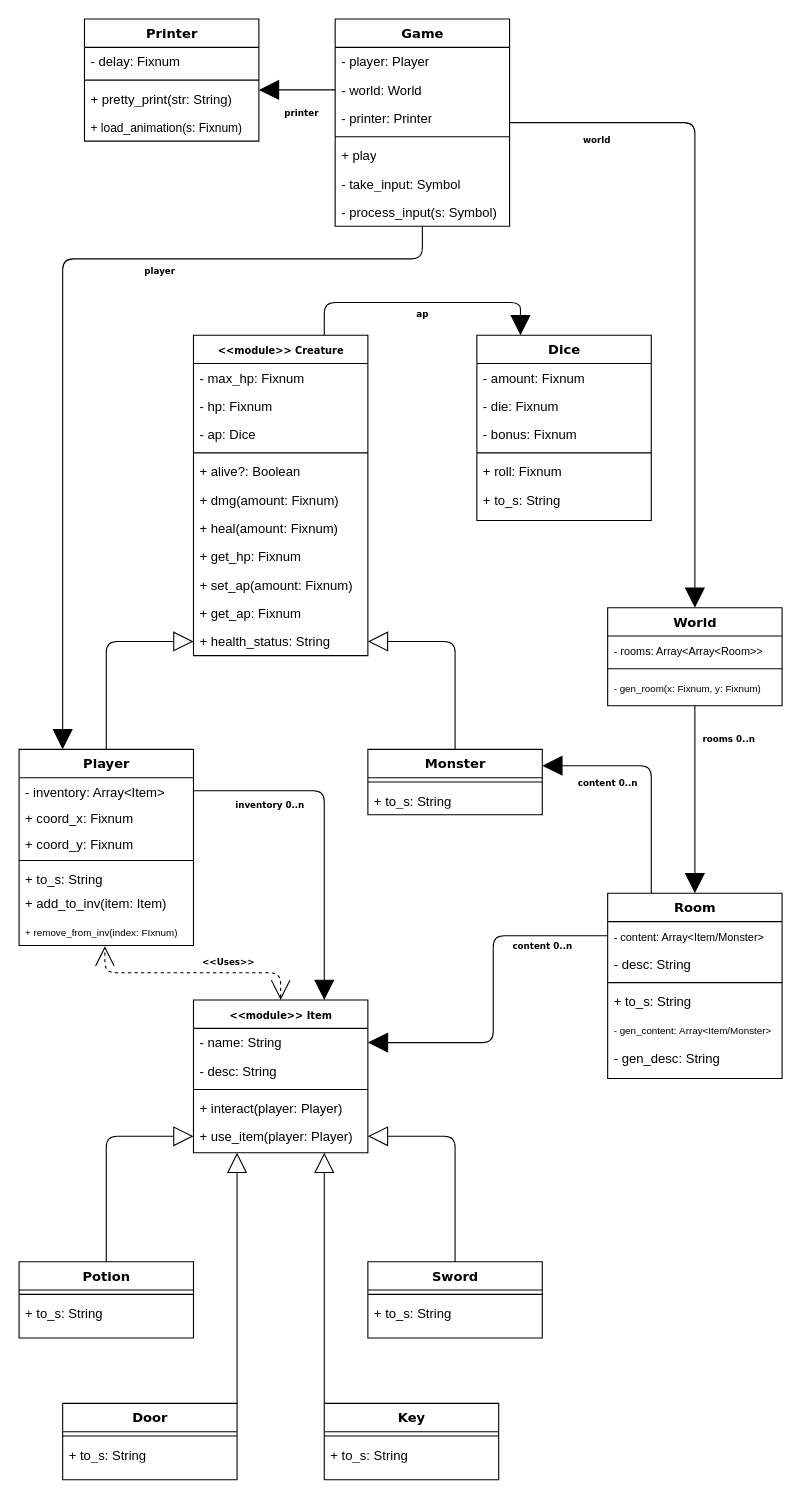
Above: documentation/Initial_diagram.drawio in gimboleo/project-oop (draw.io), before the change. Source tidied: cells renumbered, new cells numbered last; positions are measured from the earlier drawing's top-left corner, leaving out a move shared by most shapes. Both pictures are drawn from the tidied source at 109%, with x=0, y=0 at pixel (19, 19).
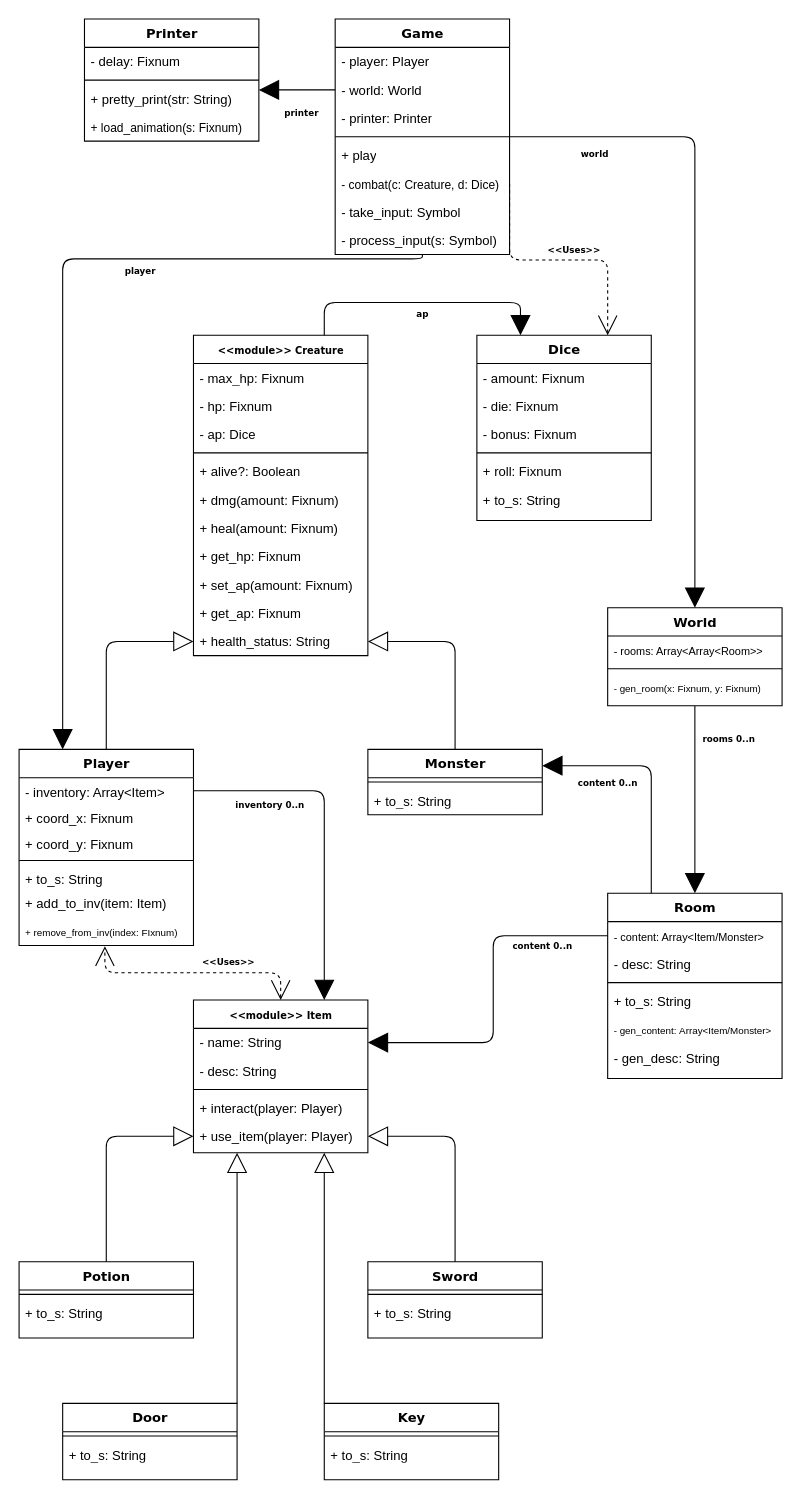
Above is the later version.

Commit message (it also covers changes not shown here):
Minor changes to the initial UML diagram

The change refers to these unchanged cells:
```xml
<mxCell id="43" value="&lt;font style=&quot;font-size: 12px&quot;&gt;Dice&lt;/font&gt;" style="swimlane;html=1;fontStyle=1;align=center;verticalAlign=top;horizontal=1;startSize=26;swimlaneFillColor=#ffffff;rounded=0;shadow=0;comic=0;labelBackgroundColor=none;strokeWidth=1;fillColor=none;fontFamily=Verdana;fontSize=12;" parent="1" vertex="1">
  <mxGeometry x="420" y="290" width="160" height="170" as="geometry" />
</mxCell>
```

Diff of the diagram source:
```diff
@@
     <mxCell id="68" value="&lt;font style=&quot;font-size: 12px&quot;&gt;Game&lt;/font&gt;" style="swimlane;html=1;fontStyle=1;align=center;verticalAlign=top;horizontal=1;startSize=26;swimlaneFillColor=#ffffff;rounded=0;shadow=0;comic=0;labelBackgroundColor=none;strokeWidth=1;fillColor=none;fontFamily=Verdana;fontSize=12;" parent="1" vertex="1">
-      <mxGeometry x="290" width="160" height="190" as="geometry" />
+      <mxGeometry x="290" width="160" height="216" as="geometry" />
     </mxCell>
@@
+    <mxCell id="90" value="&lt;font style=&quot;font-size: 11px&quot;&gt;- combat(c: Creature, d: Dice)&lt;/font&gt;" style="text;html=1;strokeColor=none;fillColor=none;align=left;verticalAlign=top;spacingLeft=4;spacingRight=4;whiteSpace=wrap;overflow=hidden;points=[[0,0.5],[1,0.5]];portConstraint=eastwest;" parent="68" vertex="1">
+      <mxGeometry y="138" width="160" height="26" as="geometry" />
+    </mxCell>
     <mxCell id="74" value="- take_input: Symbol" style="text;html=1;strokeColor=none;fillColor=none;align=left;verticalAlign=top;spacingLeft=4;spacingRight=4;whiteSpace=wrap;overflow=hidden;" parent="68" vertex="1">
-      <mxGeometry y="138" width="160" height="26" as="geometry" />
+      <mxGeometry y="164" width="160" height="26" as="geometry" />
     </mxCell>
     <mxCell id="75" value="- process_input(s: Symbol)" style="text;html=1;strokeColor=none;fillColor=none;align=left;verticalAlign=top;spacingLeft=4;spacingRight=4;whiteSpace=wrap;overflow=hidden;" parent="68" vertex="1">
-      <mxGeometry y="164" width="160" height="26" as="geometry" />
+      <mxGeometry y="190" width="160" height="26" as="geometry" />
     </mxCell>
@@
+    <mxCell id="91" value="&lt;font style=&quot;font-size: 8px&quot;&gt;&lt;b&gt;&amp;lt;&amp;lt;Uses&amp;gt;&amp;gt;&lt;/b&gt;&lt;/font&gt;" style="edgeStyle=elbowEdgeStyle;jettySize=auto;elbow=vertical;html=1;exitX=1;exitY=0.5;exitDx=0;exitDy=0;entryX=0.75;entryY=0;entryDx=0;entryDy=0;dashed=1;labelBackgroundColor=none;startArrow=none;startFill=0;startSize=16;endArrow=open;endFill=0;endSize=16;fontFamily=Verdana;fontSize=12;" parent="1" edge="1" source="90" target="43">
+      <mxGeometry x="0.13" y="10" relative="1" as="geometry" />
+    </mxCell>
```
